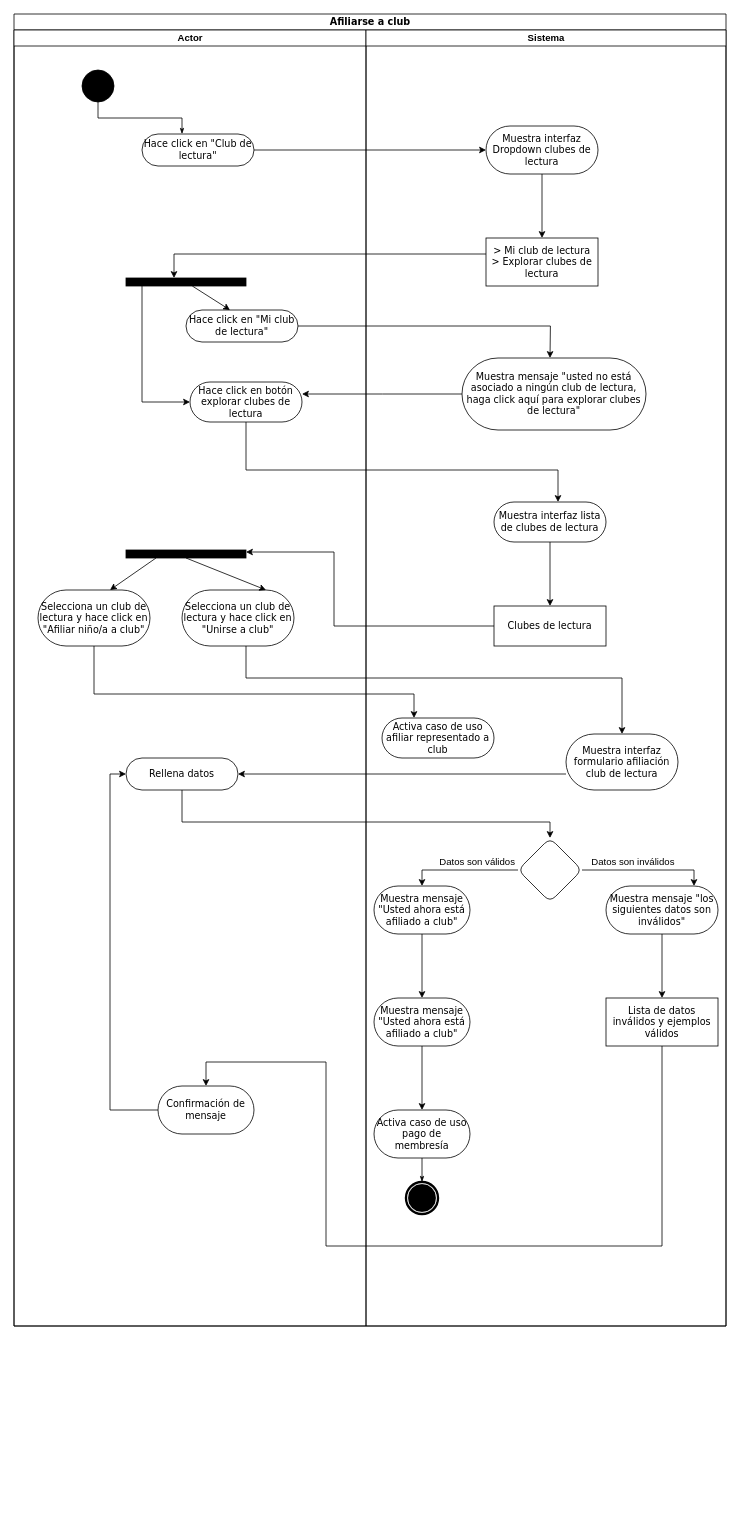
This is DB I/Activity I join club.drawio from NeutronBlast/IS-Ex, a draw.io file, before an edit. Source tidied: cells renumbered, new cells numbered last; positions are measured from the earlier drawing's top-left corner, leaving out a move shared by most shapes. Both pictures are drawn from the tidied source at 80%, with x=0, y=0 at pixel (14, 14).
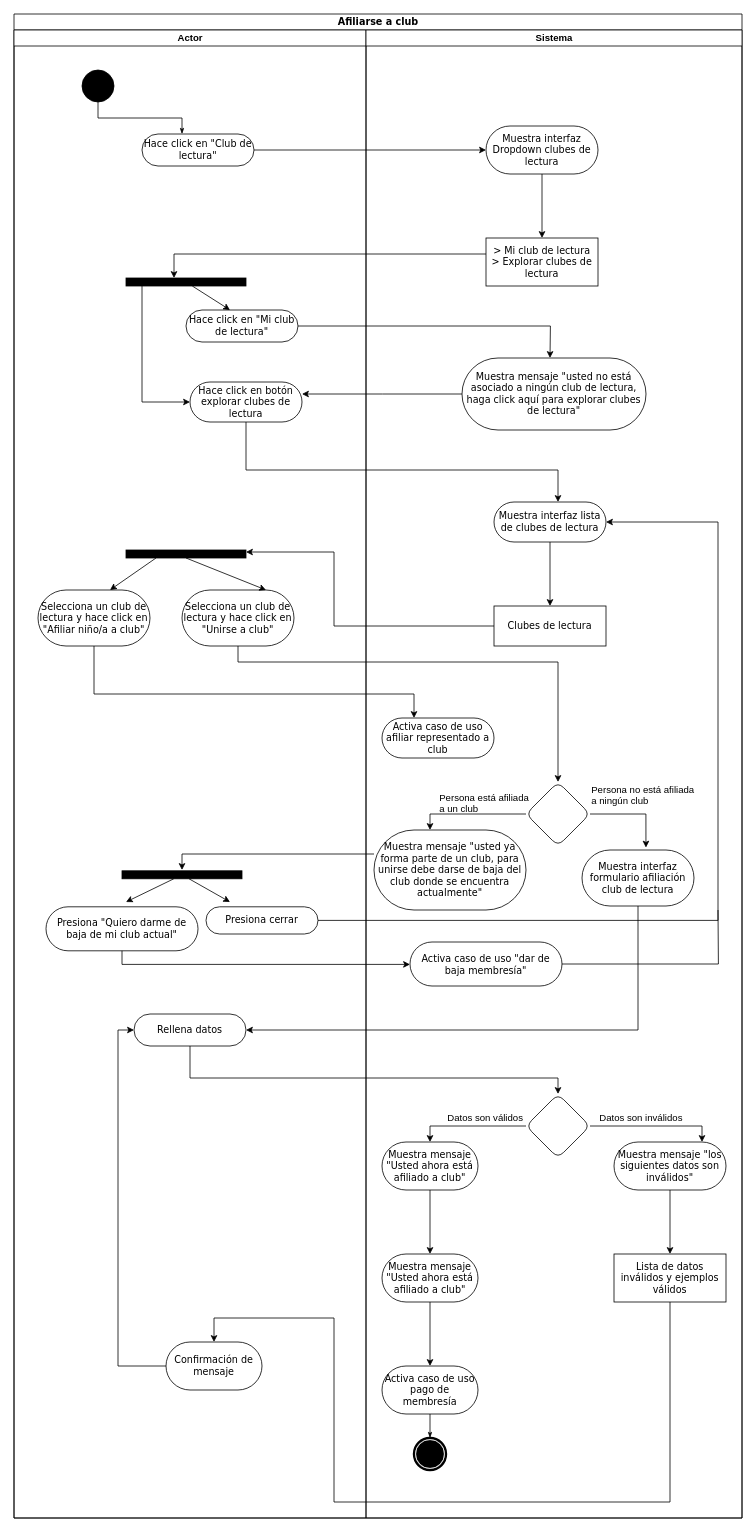
After the change.

Unchanged cells that the change refers to:
```xml
<mxCell id="4" style="ellipse;whiteSpace=wrap;html=1;rounded=0;shadow=0;comic=0;labelBackgroundColor=none;strokeColor=#000000;strokeWidth=1;fillColor=#000000;fontFamily=Verdana;fontSize=12;fontColor=#000000;align=center;" parent="3" vertex="1">
  <mxGeometry x="85" y="50" width="40" height="40" as="geometry" />
</mxCell>
<mxCell id="5" value="Hace click en &quot;Club de lectura&quot;" style="rounded=1;whiteSpace=wrap;html=1;shadow=0;comic=0;labelBackgroundColor=none;strokeColor=#000000;strokeWidth=1;fillColor=#ffffff;fontFamily=Verdana;fontSize=12;fontColor=#000000;align=center;arcSize=50;" parent="3" vertex="1">
  <mxGeometry x="160" y="130" width="140" height="40" as="geometry" />
</mxCell>
<mxCell id="8" value="Hace click en botón explorar clubes de lectura" style="rounded=1;whiteSpace=wrap;html=1;shadow=0;comic=0;labelBackgroundColor=none;strokeColor=#000000;strokeWidth=1;fillColor=#ffffff;fontFamily=Verdana;fontSize=12;fontColor=#000000;align=center;arcSize=50;" parent="3" vertex="1">
  <mxGeometry x="220" y="440" width="140" height="50" as="geometry" />
</mxCell>
<mxCell id="10" value="Selecciona un club de lectura y hace click en &quot;Unirse a club&quot;" style="rounded=1;whiteSpace=wrap;html=1;shadow=0;comic=0;labelBackgroundColor=none;strokeColor=#000000;strokeWidth=1;fillColor=#ffffff;fontFamily=Verdana;fontSize=12;fontColor=#000000;align=center;arcSize=50;" parent="3" vertex="1">
  <mxGeometry x="210" y="700" width="140" height="70" as="geometry" />
</mxCell>
<mxCell id="12" style="rounded=0;whiteSpace=wrap;html=1;fillColor=#000000;strokeColor=#000000;" parent="3" vertex="1">
  <mxGeometry x="140" y="650" width="150" height="10" as="geometry" />
</mxCell>
<mxCell id="19" value="Muestra interfaz Dropdown clubes de lectura" style="rounded=1;whiteSpace=wrap;html=1;shadow=0;comic=0;labelBackgroundColor=none;strokeColor=#000000;strokeWidth=1;fillColor=#ffffff;fontFamily=Verdana;fontSize=12;fontColor=#000000;align=center;arcSize=50;" parent="17" vertex="1">
  <mxGeometry x="150" y="120" width="140" height="60" as="geometry" />
</mxCell>
<mxCell id="24" value="Muestra interfaz lista de clubes de lectura" style="rounded=1;whiteSpace=wrap;html=1;shadow=0;comic=0;labelBackgroundColor=none;strokeColor=#000000;strokeWidth=1;fillColor=#ffffff;fontFamily=Verdana;fontSize=12;fontColor=#000000;align=center;arcSize=50;" parent="17" vertex="1">
  <mxGeometry x="160" y="590" width="140" height="50" as="geometry" />
</mxCell>
<mxCell id="25" value="Clubes de lectura" style="rounded=0;whiteSpace=wrap;html=1;shadow=0;comic=0;labelBackgroundColor=none;strokeColor=#000000;strokeWidth=1;fillColor=#ffffff;fontFamily=Verdana;fontSize=12;fontColor=#000000;align=center;arcSize=50;" parent="17" vertex="1">
  <mxGeometry x="160" y="720" width="140" height="50" as="geometry" />
</mxCell>
```

Change to the diagram source:
```diff
@@
     <mxCell id="2" value="Afiliarse a club" style="swimlane;html=1;startSize=20;rounded=0;shadow=0;comic=0;labelBackgroundColor=none;strokeColor=#000000;strokeWidth=1;fillColor=#ffffff;fontFamily=Verdana;fontSize=12;fontColor=#000000;align=center;" parent="1" vertex="1">
-      <mxGeometry width="890" height="1640" as="geometry" />
+      <mxGeometry width="910" height="1880" as="geometry" />
     </mxCell>
     <mxCell id="3" value="Actor" style="swimlane;html=1;startSize=20;" parent="2" vertex="1">
-      <mxGeometry y="20" width="440" height="1620" as="geometry" />
+      <mxGeometry y="20" width="440" height="1860" as="geometry" />
     </mxCell>
@@
     <mxCell id="14" value="Rellena datos" style="rounded=1;whiteSpace=wrap;html=1;shadow=0;comic=0;labelBackgroundColor=none;strokeColor=#000000;strokeWidth=1;fillColor=#ffffff;fontFamily=Verdana;fontSize=12;fontColor=#000000;align=center;arcSize=50;" parent="3" vertex="1">
-      <mxGeometry x="140" y="910" width="140" height="40" as="geometry" />
+      <mxGeometry x="150" y="1230" width="140" height="40" as="geometry" />
     </mxCell>
@@
     <mxCell id="16" value="Confirmación de mensaje" style="rounded=1;whiteSpace=wrap;html=1;shadow=0;comic=0;labelBackgroundColor=none;strokeColor=#000000;strokeWidth=1;fillColor=#ffffff;fontFamily=Verdana;fontSize=12;fontColor=#000000;align=center;arcSize=50;" parent="3" vertex="1">
-      <mxGeometry x="180" y="1320" width="120" height="60" as="geometry" />
+      <mxGeometry x="190" y="1640" width="120" height="60" as="geometry" />
     </mxCell>
+    <mxCell id="56" style="rounded=0;jettySize=auto;html=1;" parent="3" edge="1" source="57">
+      <mxGeometry relative="1" as="geometry">
+        <mxPoint x="270" y="1090" as="targetPoint" />
+      </mxGeometry>
+    </mxCell>
+    <mxCell id="57" style="rounded=0;whiteSpace=wrap;html=1;fillColor=#000000;strokeColor=#000000;" parent="3" vertex="1">
+      <mxGeometry x="135" y="1051" width="150" height="10" as="geometry" />
+    </mxCell>
+    <mxCell id="58" value="Presiona &quot;Quiero darme de baja de mi club actual&quot;" style="rounded=1;whiteSpace=wrap;html=1;shadow=0;comic=0;labelBackgroundColor=none;strokeColor=#000000;strokeWidth=1;fillColor=#ffffff;fontFamily=Verdana;fontSize=12;fontColor=#000000;align=center;arcSize=50;" parent="3" vertex="1">
+      <mxGeometry x="40" y="1096" width="190" height="55" as="geometry" />
+    </mxCell>
+    <mxCell id="59" value="Presiona cerrar" style="rounded=1;whiteSpace=wrap;html=1;shadow=0;comic=0;labelBackgroundColor=none;strokeColor=#000000;strokeWidth=1;fillColor=#ffffff;fontFamily=Verdana;fontSize=12;fontColor=#000000;align=center;arcSize=50;" parent="3" vertex="1">
+      <mxGeometry x="240" y="1096" width="140" height="34" as="geometry" />
+    </mxCell>
+    <mxCell id="42" style="edgeStyle=orthogonalEdgeStyle;rounded=0;html=1;labelBackgroundColor=none;startArrow=none;startFill=0;startSize=5;endArrow=classicThin;endFill=1;endSize=5;jettySize=auto;strokeColor=#000000;strokeWidth=1;fontFamily=Verdana;fontSize=12;fontColor=#000000;" parent="2" edge="1" source="4">
+      <mxGeometry relative="1" as="geometry">
+        <mxPoint x="210" y="150" as="targetPoint" />
+        <Array as="points">
+          <mxPoint x="105" y="130" />
+          <mxPoint x="210" y="130" />
+        </Array>
+      </mxGeometry>
+    </mxCell>
+    <mxCell id="43" style="edgeStyle=orthogonalEdgeStyle;rounded=0;jettySize=auto;html=1;" parent="2" edge="1" source="5" target="19">
+      <mxGeometry relative="1" as="geometry" />
+    </mxCell>
+    <mxCell id="44" style="edgeStyle=orthogonalEdgeStyle;rounded=0;jettySize=auto;html=1;" parent="2" edge="1" source="8" target="24">
+      <mxGeometry relative="1" as="geometry">
+        <Array as="points">
+          <mxPoint x="290" y="570" />
+          <mxPoint x="680" y="570" />
+        </Array>
+      </mxGeometry>
+    </mxCell>
+    <mxCell id="45" style="edgeStyle=orthogonalEdgeStyle;rounded=0;jettySize=auto;html=1;entryX=1;entryY=0.25;entryDx=0;entryDy=0;" parent="2" edge="1" source="25" target="12">
+      <mxGeometry relative="1" as="geometry">
+        <Array as="points">
+          <mxPoint x="400" y="765" />
+          <mxPoint x="400" y="673" />
+        </Array>
+      </mxGeometry>
+    </mxCell>
     <mxCell id="17" value="Sistema" style="swimlane;html=1;startSize=20;" parent="2" vertex="1">
-      <mxGeometry x="440" y="20" width="450" height="1620" as="geometry" />
+      <mxGeometry x="440" y="20" width="470" height="1860" as="geometry" />
     </mxCell>
@@
     <mxCell id="26" value="Muestra interfaz formulario afiliación club de lectura" style="rounded=1;whiteSpace=wrap;html=1;shadow=0;comic=0;labelBackgroundColor=none;strokeColor=#000000;strokeWidth=1;fillColor=#ffffff;fontFamily=Verdana;fontSize=12;fontColor=#000000;align=center;arcSize=50;" parent="17" vertex="1">
-      <mxGeometry x="250" y="880" width="140" height="70" as="geometry" />
+      <mxGeometry x="270" y="1025" width="140" height="70" as="geometry" />
     </mxCell>
     <mxCell id="27" style="rhombus;whiteSpace=wrap;html=1;rounded=1;strokeColor=#000000;fillColor=#FFFFFF;" parent="17" vertex="1">
-      <mxGeometry x="190" y="1010" width="80" height="80" as="geometry" />
+      <mxGeometry x="200" y="1330" width="80" height="80" as="geometry" />
     </mxCell>
     <mxCell id="28" value="Datos son válidos" style="text;html=1;align=left;verticalAlign=top;spacingTop=-4;" parent="17" vertex="1">
-      <mxGeometry x="90" y="1030" width="110" height="20" as="geometry" />
+      <mxGeometry x="100" y="1350" width="110" height="20" as="geometry" />
     </mxCell>
     <mxCell id="29" value="Datos son inválidos" style="text;html=1;align=left;verticalAlign=top;spacingTop=-4;" parent="17" vertex="1">
-      <mxGeometry x="280" y="1030" width="120" height="20" as="geometry" />
+      <mxGeometry x="290" y="1350" width="120" height="20" as="geometry" />
     </mxCell>
@@
     <mxCell id="31" value="Muestra mensaje &quot;Usted ahora está afiliado a club&quot;" style="rounded=1;whiteSpace=wrap;html=1;shadow=0;comic=0;labelBackgroundColor=none;strokeColor=#000000;strokeWidth=1;fillColor=#ffffff;fontFamily=Verdana;fontSize=12;fontColor=#000000;align=center;arcSize=50;" parent="17" vertex="1">
-      <mxGeometry x="10" y="1070" width="120" height="60" as="geometry" />
+      <mxGeometry x="20" y="1390" width="120" height="60" as="geometry" />
     </mxCell>
@@
     <mxCell id="33" value="Muestra mensaje &quot;Usted ahora está afiliado a club&quot;" style="rounded=1;whiteSpace=wrap;html=1;shadow=0;comic=0;labelBackgroundColor=none;strokeColor=#000000;strokeWidth=1;fillColor=#ffffff;fontFamily=Verdana;fontSize=12;fontColor=#000000;align=center;arcSize=50;" parent="17" vertex="1">
-      <mxGeometry x="10" y="1210" width="120" height="60" as="geometry" />
+      <mxGeometry x="20" y="1530" width="120" height="60" as="geometry" />
     </mxCell>
     <mxCell id="34" value="Activa caso de uso pago de membresía" style="rounded=1;whiteSpace=wrap;html=1;shadow=0;comic=0;labelBackgroundColor=none;strokeColor=#000000;strokeWidth=1;fillColor=#ffffff;fontFamily=Verdana;fontSize=12;fontColor=#000000;align=center;arcSize=50;" parent="17" vertex="1">
-      <mxGeometry x="10" y="1350" width="120" height="60" as="geometry" />
+      <mxGeometry x="20" y="1670" width="120" height="60" as="geometry" />
     </mxCell>
     <mxCell id="35" style="shape=mxgraph.bpmn.shape;html=1;verticalLabelPosition=bottom;labelBackgroundColor=#ffffff;verticalAlign=top;perimeter=ellipsePerimeter;outline=end;symbol=terminate;rounded=0;shadow=0;comic=0;strokeColor=#000000;strokeWidth=1;fillColor=#ffffff;fontFamily=Verdana;fontSize=12;fontColor=#000000;align=center;" parent="17" vertex="1">
-      <mxGeometry x="50" y="1440" width="40" height="40" as="geometry" />
+      <mxGeometry x="60" y="1760" width="40" height="40" as="geometry" />
     </mxCell>
@@
     <mxCell id="38" value="Muestra mensaje &quot;los siguientes datos son inválidos&quot;" style="rounded=1;whiteSpace=wrap;html=1;shadow=0;comic=0;labelBackgroundColor=none;strokeColor=#000000;strokeWidth=1;fillColor=#ffffff;fontFamily=Verdana;fontSize=12;fontColor=#000000;align=center;arcSize=50;" parent="17" vertex="1">
-      <mxGeometry x="300" y="1070" width="140" height="60" as="geometry" />
+      <mxGeometry x="310" y="1390" width="140" height="60" as="geometry" />
     </mxCell>
     <mxCell id="39" style="edgeStyle=orthogonalEdgeStyle;rounded=0;jettySize=auto;html=1;endArrow=classic;endFill=1;" parent="17" edge="1" source="40">
       <mxGeometry relative="1" as="geometry">
-        <mxPoint x="-200" y="1320" as="targetPoint" />
+        <mxPoint x="-190" y="1640" as="targetPoint" />
         <Array as="points">
-          <mxPoint x="370" y="1520" />
-          <mxPoint x="-50" y="1520" />
-          <mxPoint x="-50" y="1290" />
+          <mxPoint x="380" y="1840" />
+          <mxPoint x="-40" y="1840" />
+          <mxPoint x="-40" y="1610" />
         </Array>
       </mxGeometry>
     </mxCell>
     <mxCell id="40" value="Lista de datos inválidos y ejemplos válidos" style="rounded=0;whiteSpace=wrap;html=1;shadow=0;comic=0;labelBackgroundColor=none;strokeColor=#000000;strokeWidth=1;fillColor=#ffffff;fontFamily=Verdana;fontSize=12;fontColor=#000000;align=center;arcSize=50;" parent="17" vertex="1">
-      <mxGeometry x="300" y="1210" width="140" height="60" as="geometry" />
+      <mxGeometry x="310" y="1530" width="140" height="60" as="geometry" />
     </mxCell>
@@
-    <mxCell id="42" style="edgeStyle=orthogonalEdgeStyle;rounded=0;html=1;labelBackgroundColor=none;startArrow=none;startFill=0;startSize=5;endArrow=classicThin;endFill=1;endSize=5;jettySize=auto;strokeColor=#000000;strokeWidth=1;fontFamily=Verdana;fontSize=12;fontColor=#000000;" parent="2" edge="1" source="4">
-      <mxGeometry relative="1" as="geometry">
-        <mxPoint x="210" y="150" as="targetPoint" />
-        <Array as="points">
-          <mxPoint x="105" y="130" />
-          <mxPoint x="210" y="130" />
-        </Array>
-      </mxGeometry>
-    </mxCell>
-    <mxCell id="43" style="edgeStyle=orthogonalEdgeStyle;rounded=0;jettySize=auto;html=1;" parent="2" edge="1" source="5" target="19">
-      <mxGeometry relative="1" as="geometry" />
-    </mxCell>
-    <mxCell id="44" style="edgeStyle=orthogonalEdgeStyle;rounded=0;jettySize=auto;html=1;" parent="2" edge="1" source="8" target="24">
-      <mxGeometry relative="1" as="geometry">
-        <Array as="points">
-          <mxPoint x="290" y="570" />
-          <mxPoint x="680" y="570" />
-        </Array>
-      </mxGeometry>
-    </mxCell>
-    <mxCell id="45" style="edgeStyle=orthogonalEdgeStyle;rounded=0;jettySize=auto;html=1;entryX=1;entryY=0.25;entryDx=0;entryDy=0;" parent="2" edge="1" source="25" target="12">
-      <mxGeometry relative="1" as="geometry">
-        <Array as="points">
-          <mxPoint x="400" y="765" />
-          <mxPoint x="400" y="673" />
-        </Array>
-      </mxGeometry>
-    </mxCell>
+    <mxCell id="60" style="edgeStyle=orthogonalEdgeStyle;rounded=0;jettySize=auto;html=1;exitX=1;exitY=0.5;exitDx=0;exitDy=0;entryX=0.571;entryY=-0.043;entryDx=0;entryDy=0;entryPerimeter=0;" parent="17" edge="1" source="61" target="26">
+      <mxGeometry relative="1" as="geometry" />
+    </mxCell>
+    <mxCell id="61" style="rhombus;whiteSpace=wrap;html=1;rounded=1;" parent="17" vertex="1">
+      <mxGeometry x="200" y="940" width="80" height="80" as="geometry" />
+    </mxCell>
+    <mxCell id="62" value="Persona no está afiliada&lt;br&gt;a ningún club" style="text;html=1;align=left;verticalAlign=top;spacingTop=-4;" parent="17" vertex="1">
+      <mxGeometry x="280" y="940" width="140" height="30" as="geometry" />
+    </mxCell>
+    <mxCell id="63" style="edgeStyle=orthogonalEdgeStyle;rounded=0;orthogonalLoop=1;jettySize=auto;html=1;" parent="17" edge="1">
+      <mxGeometry relative="1" as="geometry">
+        <mxPoint x="200" y="980" as="sourcePoint" />
+        <mxPoint x="80" y="1000" as="targetPoint" />
+        <Array as="points">
+          <mxPoint x="200" y="980" />
+          <mxPoint x="80" y="980" />
+        </Array>
+      </mxGeometry>
+    </mxCell>
+    <mxCell id="64" value="Persona está afiliada&lt;br&gt;a un club" style="text;html=1;align=left;verticalAlign=top;spacingTop=-4;" parent="17" vertex="1">
+      <mxGeometry x="90" y="950" width="130" height="30" as="geometry" />
+    </mxCell>
+    <mxCell id="65" value="Muestra mensaje &quot;usted ya forma parte de un club, para unirse debe darse de baja del club donde se encuentra actualmente&quot;" style="rounded=1;whiteSpace=wrap;html=1;shadow=0;comic=0;labelBackgroundColor=none;strokeColor=#000000;strokeWidth=1;fillColor=#ffffff;fontFamily=Verdana;fontSize=12;fontColor=#000000;align=center;arcSize=50;" parent="17" vertex="1">
+      <mxGeometry x="10" y="1000" width="190" height="100" as="geometry" />
+    </mxCell>
+    <mxCell id="66" value="Activa caso de uso &quot;dar de baja membresía&quot;" style="rounded=1;whiteSpace=wrap;html=1;shadow=0;comic=0;labelBackgroundColor=none;strokeColor=#000000;strokeWidth=1;fillColor=#ffffff;fontFamily=Verdana;fontSize=12;fontColor=#000000;align=center;arcSize=50;" parent="17" vertex="1">
+      <mxGeometry x="55" y="1140" width="190" height="55" as="geometry" />
+    </mxCell>
+    <mxCell id="67" style="edgeStyle=orthogonalEdgeStyle;rounded=0;jettySize=auto;html=1;entryX=0.5;entryY=0;entryDx=0;entryDy=0;" parent="2" edge="1" source="10" target="61">
+      <mxGeometry relative="1" as="geometry">
+        <Array as="points">
+          <mxPoint x="280" y="810" />
+          <mxPoint x="680" y="810" />
+        </Array>
+      </mxGeometry>
+    </mxCell>
     <mxCell id="46" style="edgeStyle=orthogonalEdgeStyle;rounded=0;jettySize=auto;html=1;endArrow=classic;endFill=1;entryX=0.5;entryY=0;entryDx=0;entryDy=0;" parent="2" edge="1" source="14" target="27">
       <mxGeometry relative="1" as="geometry">
         <Array as="points">
-          <mxPoint x="210" y="1010" />
-          <mxPoint x="670" y="1010" />
+          <mxPoint x="220" y="1330" />
+          <mxPoint x="680" y="1330" />
         </Array>
       </mxGeometry>
     </mxCell>
     <mxCell id="47" style="edgeStyle=orthogonalEdgeStyle;rounded=0;jettySize=auto;html=1;endArrow=classic;endFill=1;" parent="2" edge="1" target="14">
       <mxGeometry relative="1" as="geometry">
-        <mxPoint x="690" y="950" as="sourcePoint" />
+        <mxPoint x="700" y="1270" as="sourcePoint" />
         <Array as="points">
-          <mxPoint x="690" y="950" />
+          <mxPoint x="700" y="1270" />
         </Array>
       </mxGeometry>
     </mxCell>
-    <mxCell id="48" style="edgeStyle=orthogonalEdgeStyle;rounded=0;jettySize=auto;html=1;entryX=0.5;entryY=0;entryDx=0;entryDy=0;" parent="2" edge="1" source="10" target="26">
-      <mxGeometry relative="1" as="geometry">
-        <Array as="points">
-          <mxPoint x="290" y="830" />
-          <mxPoint x="760" y="830" />
-        </Array>
-      </mxGeometry>
-    </mxCell>
+    <mxCell id="68" style="edgeStyle=orthogonalEdgeStyle;rounded=0;jettySize=auto;html=1;" parent="2" edge="1" source="58" target="66">
+      <mxGeometry relative="1" as="geometry">
+        <Array as="points">
+          <mxPoint x="135" y="1188" />
+        </Array>
+      </mxGeometry>
+    </mxCell>
+    <mxCell id="69" style="edgeStyle=orthogonalEdgeStyle;rounded=0;jettySize=auto;html=1;entryX=1;entryY=0.5;entryDx=0;entryDy=0;" parent="2" edge="1" source="59" target="24">
+      <mxGeometry relative="1" as="geometry">
+        <Array as="points">
+          <mxPoint x="880" y="1133" />
+          <mxPoint x="880" y="635" />
+        </Array>
+      </mxGeometry>
+    </mxCell>
@@
     <mxCell id="53" style="edgeStyle=orthogonalEdgeStyle;rounded=0;jettySize=auto;html=1;exitX=0;exitY=0.5;exitDx=0;exitDy=0;endArrow=classic;endFill=1;" parent="1" edge="1" source="27">
       <mxGeometry relative="1" as="geometry">
-        <mxPoint x="510" y="1090" as="targetPoint" />
+        <mxPoint x="520" y="1410" as="targetPoint" />
         <Array as="points">
-          <mxPoint x="510" y="1070" />
+          <mxPoint x="520" y="1390" />
         </Array>
       </mxGeometry>
     </mxCell>
     <mxCell id="54" style="edgeStyle=orthogonalEdgeStyle;rounded=0;jettySize=auto;html=1;exitX=1;exitY=0.5;exitDx=0;exitDy=0;endArrow=classic;endFill=1;" parent="1" edge="1" source="27">
       <mxGeometry relative="1" as="geometry">
-        <mxPoint x="850" y="1090" as="targetPoint" />
+        <mxPoint x="860" y="1410" as="targetPoint" />
         <Array as="points">
-          <mxPoint x="850" y="1070" />
+          <mxPoint x="860" y="1390" />
         </Array>
       </mxGeometry>
     </mxCell>
@@
+    <mxCell id="70" style="edgeStyle=orthogonalEdgeStyle;rounded=0;jettySize=auto;html=1;" parent="1" edge="1" source="65">
+      <mxGeometry relative="1" as="geometry">
+        <mxPoint x="210" y="1070" as="targetPoint" />
+        <Array as="points">
+          <mxPoint x="210" y="1050" />
+        </Array>
+      </mxGeometry>
+    </mxCell>
+    <mxCell id="71" style="edgeStyle=none;rounded=0;jettySize=auto;html=1;" parent="1" edge="1" source="57">
+      <mxGeometry relative="1" as="geometry">
+        <mxPoint x="140" y="1110" as="targetPoint" />
+      </mxGeometry>
+    </mxCell>
+    <mxCell id="72" style="edgeStyle=orthogonalEdgeStyle;rounded=0;jettySize=auto;html=1;endArrow=none;endFill=0;" parent="1" edge="1" source="66">
+      <mxGeometry relative="1" as="geometry">
+        <mxPoint x="880" y="1120" as="targetPoint" />
+      </mxGeometry>
+    </mxCell>
+    <mxCell id="73" style="edgeStyle=orthogonalEdgeStyle;rounded=0;jettySize=auto;html=1;endArrow=none;endFill=0;" parent="1" edge="1" source="26">
+      <mxGeometry relative="1" as="geometry">
+        <mxPoint x="700" y="1270" as="targetPoint" />
+        <Array as="points">
+          <mxPoint x="780" y="1270" />
+        </Array>
+      </mxGeometry>
+    </mxCell>
```
